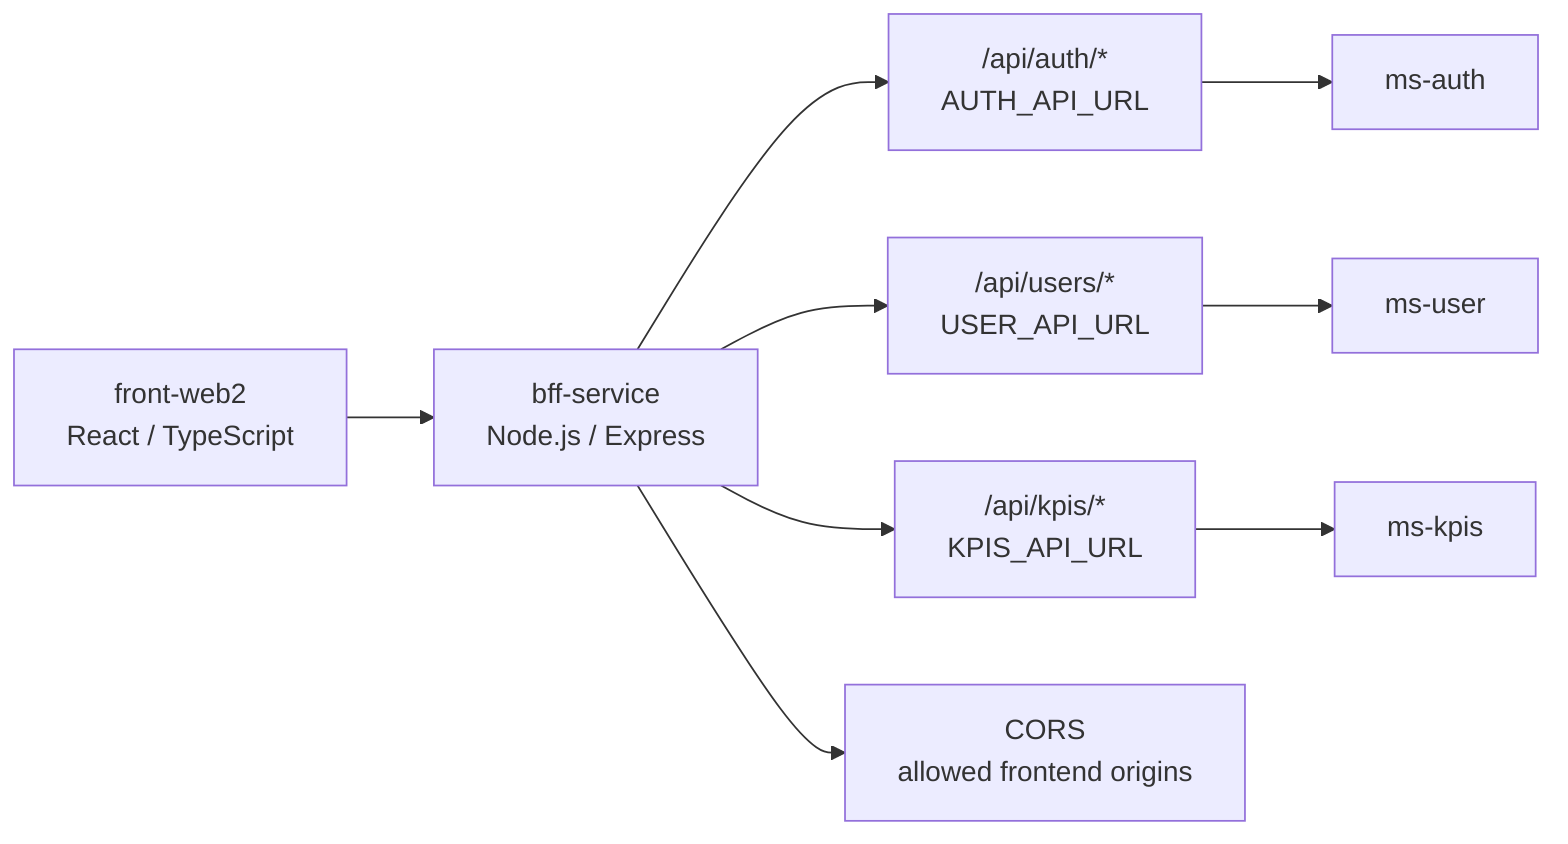
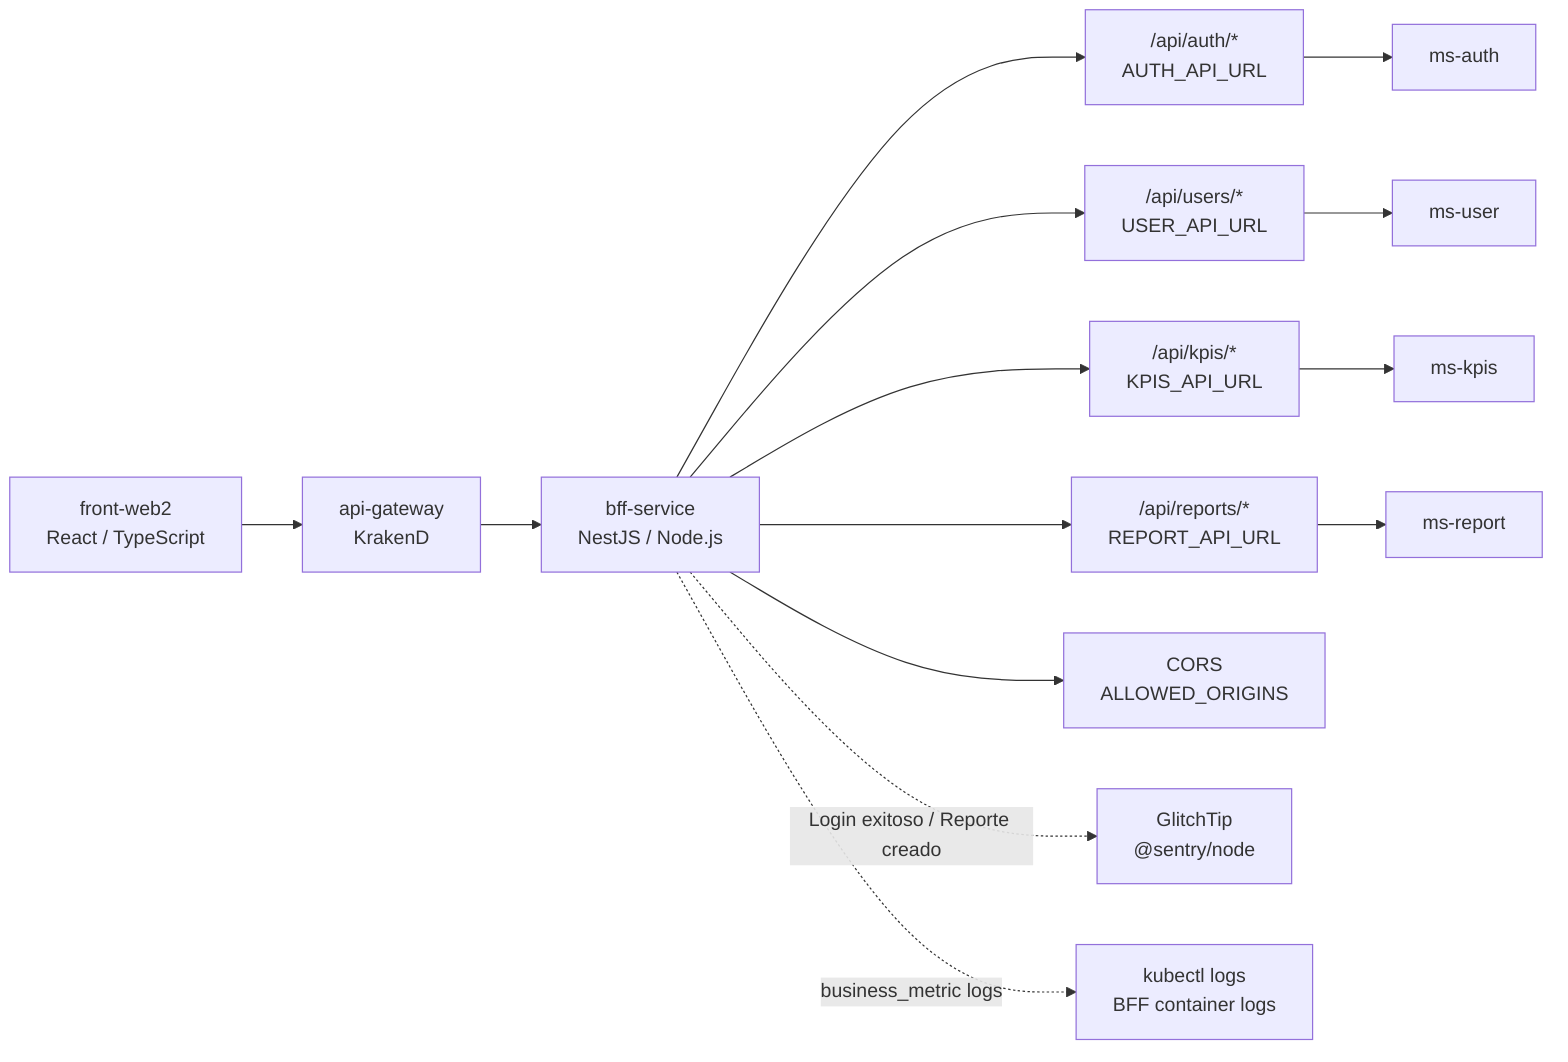
flowchart LR
-   Frontend["front-web2\nReact / TypeScript"] --> BFF["bff-service\nNode.js / Express"]
+   Frontend["front-web2\nReact / TypeScript"] --> Gateway["api-gateway\nKrakenD"]
+   Gateway --> BFF["bff-service\nNestJS / Node.js"]

  BFF --> Auth["/api/auth/*\nAUTH_API_URL"]
  BFF --> Users["/api/users/*\nUSER_API_URL"]
  BFF --> Kpis["/api/kpis/*\nKPIS_API_URL"]
+   BFF --> Reports["/api/reports/*\nREPORT_API_URL"]

  Auth --> AuthService["ms-auth"]
  Users --> UserService["ms-user"]
  Kpis --> KpisService["ms-kpis"]
+   Reports --> ReportService["ms-report"]

-   BFF --> Cors["CORS\nallowed frontend origins"]
+   BFF --> Cors["CORS\nALLOWED_ORIGINS"]
+   BFF -.->|"Login exitoso / Reporte creado"| GlitchTip["GlitchTip\n@sentry/node"]
+   BFF -.->|"business_metric logs"| Logs["kubectl logs\nBFF container logs"]
